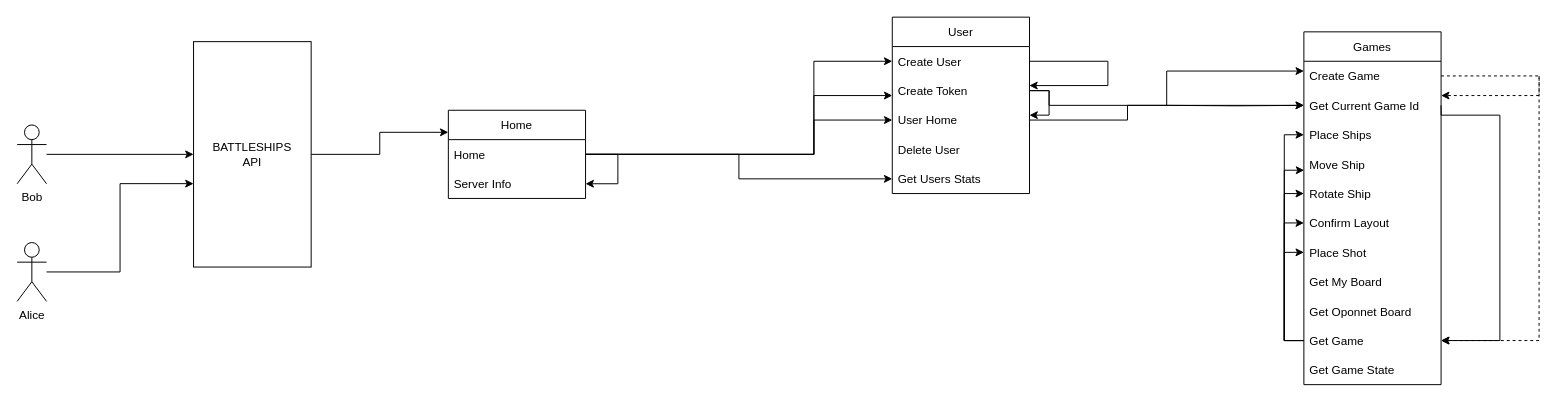
The draw.io diagram code/jvm/daw-battleship-game/src/main/sql/api_navigation.drawio in MiguelRocha2001/ISEL-DAW-Battleships-Game, before the edit. Source tidied: cells renumbered, new cells numbered last; positions are measured from the earlier drawing's top-left corner, leaving out a move shared by most shapes. Both pictures are drawn from the tidied source at 98%, with x=0, y=0 at pixel (17, 17).
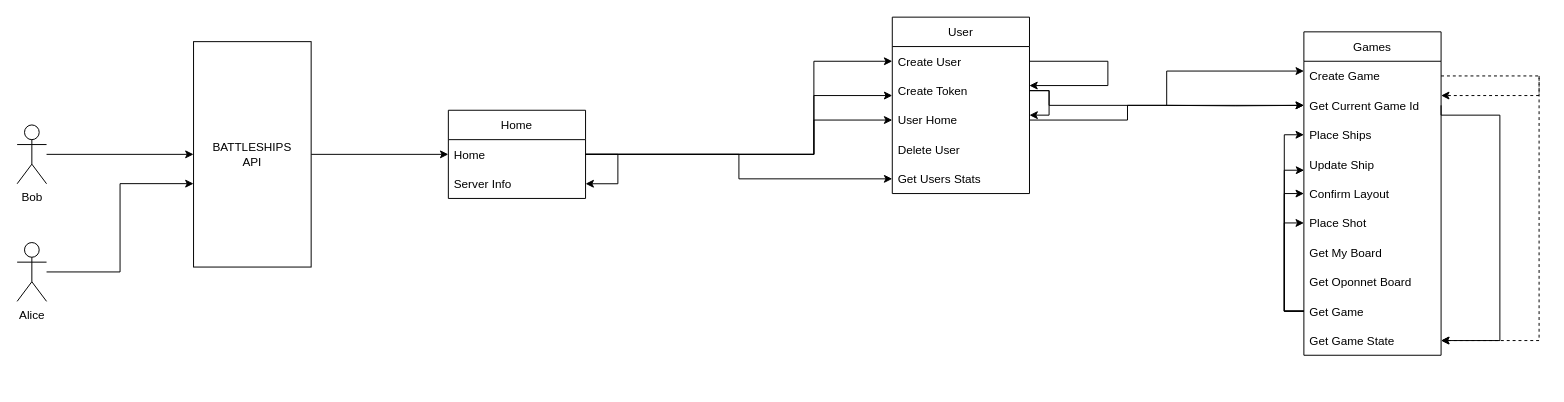
The same diagram, later.

The change refers to these unchanged cells:
```xml
<mxCell id="5" value="BATTLESHIPS &lt;br&gt;API" style="rounded=0;whiteSpace=wrap;html=1;" parent="1" vertex="1">
  <mxGeometry x="180" y="25" width="120" height="230" as="geometry" />
</mxCell>
<mxCell id="6" value="Home" style="swimlane;fontStyle=0;horizontal=1;startSize=30;" parent="1" vertex="1">
  <mxGeometry x="440" y="95" width="140" height="90" as="geometry" />
</mxCell>
<mxCell id="23" value="Get Current Game Id" style="text;strokeColor=none;fillColor=none;align=left;verticalAlign=middle;spacingLeft=4;spacingRight=4;overflow=hidden;points=[[0,0.5],[1,0.5]];portConstraint=eastwest;" parent="18" vertex="1">
  <mxGeometry y="60" width="140" height="30" as="geometry" />
</mxCell>
```

The edit, as a diff of the source:
```diff
@@
-    <mxCell id="4" style="edgeStyle=orthogonalEdgeStyle;rounded=0;jettySize=auto;html=1;entryX=0;entryY=0.25;entryDx=0;entryDy=0;" parent="1" edge="1" source="5" target="6">
+    <mxCell id="4" style="edgeStyle=orthogonalEdgeStyle;rounded=0;jettySize=auto;html=1;" parent="1" edge="1" source="5" target="6">
       <mxGeometry relative="1" as="geometry" />
     </mxCell>
@@
     <mxCell id="18" value="Games" style="swimlane;fontStyle=0;horizontal=1;startSize=30;" parent="1" vertex="1">
-      <mxGeometry x="1313" y="15" width="140" height="360" as="geometry" />
+      <mxGeometry x="1313" y="15" width="140" height="330" as="geometry" />
     </mxCell>
@@
-    <mxCell id="20" style="edgeStyle=orthogonalEdgeStyle;rounded=0;jettySize=auto;html=1;entryX=1;entryY=0.5;entryDx=0;entryDy=0;dashed=1;" parent="18" edge="1" target="36">
+    <mxCell id="20" style="edgeStyle=orthogonalEdgeStyle;rounded=0;jettySize=auto;html=1;entryX=1;entryY=0.5;entryDx=0;entryDy=0;dashed=1;" parent="18" edge="1" target="37">
       <mxGeometry relative="1" as="geometry">
         <mxPoint x="240" y="45" as="sourcePoint" />
         <Array as="points">
           <mxPoint x="240" y="315" />
         </Array>
       </mxGeometry>
     </mxCell>
@@
-    <mxCell id="22" style="edgeStyle=orthogonalEdgeStyle;rounded=0;jettySize=auto;html=1;exitX=1;exitY=0.5;exitDx=0;exitDy=0;" parent="18" edge="1" source="23" target="36">
+    <mxCell id="22" style="edgeStyle=orthogonalEdgeStyle;rounded=0;jettySize=auto;html=1;exitX=1;exitY=0.5;exitDx=0;exitDy=0;entryX=1;entryY=0.5;entryDx=0;entryDy=0;" parent="18" edge="1" source="23" target="37">
       <mxGeometry relative="1" as="geometry">
         <Array as="points">
           <mxPoint x="140" y="85" />
           <mxPoint x="200" y="85" />
           <mxPoint x="200" y="315" />
         </Array>
       </mxGeometry>
     </mxCell>
@@
-    <mxCell id="25" value="Move Ship" style="text;strokeColor=none;fillColor=none;align=left;verticalAlign=middle;spacingLeft=4;spacingRight=4;overflow=hidden;points=[[0,0.5],[1,0.5]];portConstraint=eastwest;" parent="18" vertex="1">
+    <mxCell id="25" value="Update Ship" style="text;strokeColor=none;fillColor=none;align=left;verticalAlign=middle;spacingLeft=4;spacingRight=4;overflow=hidden;points=[[0,0.5],[1,0.5]];portConstraint=eastwest;" parent="18" vertex="1">
       <mxGeometry y="120" width="140" height="30" as="geometry" />
     </mxCell>
-    <mxCell id="26" value="Rotate Ship" style="text;strokeColor=none;fillColor=none;align=left;verticalAlign=middle;spacingLeft=4;spacingRight=4;overflow=hidden;points=[[0,0.5],[1,0.5]];portConstraint=eastwest;" parent="18" vertex="1">
-      <mxGeometry y="150" width="140" height="30" as="geometry" />
-    </mxCell>
     <mxCell id="27" value="Confirm Layout" style="text;strokeColor=none;fillColor=none;align=left;verticalAlign=middle;spacingLeft=4;spacingRight=4;overflow=hidden;points=[[0,0.5],[1,0.5]];portConstraint=eastwest;" parent="18" vertex="1">
-      <mxGeometry y="180" width="140" height="30" as="geometry" />
+      <mxGeometry y="150" width="140" height="30" as="geometry" />
     </mxCell>
     <mxCell id="28" value="Place Shot" style="text;strokeColor=none;fillColor=none;align=left;verticalAlign=middle;spacingLeft=4;spacingRight=4;overflow=hidden;points=[[0,0.5],[1,0.5]];portConstraint=eastwest;" parent="18" vertex="1">
-      <mxGeometry y="210" width="140" height="30" as="geometry" />
+      <mxGeometry y="180" width="140" height="30" as="geometry" />
     </mxCell>
     <mxCell id="29" value="Get My Board" style="text;strokeColor=none;fillColor=none;align=left;verticalAlign=middle;spacingLeft=4;spacingRight=4;overflow=hidden;" parent="18" vertex="1">
-      <mxGeometry y="240" width="140" height="30" as="geometry" />
+      <mxGeometry y="210" width="140" height="30" as="geometry" />
     </mxCell>
     <mxCell id="30" value="Get Oponnet Board" style="text;strokeColor=none;fillColor=none;align=left;verticalAlign=middle;spacingLeft=4;spacingRight=4;overflow=hidden;" parent="18" vertex="1">
-      <mxGeometry y="270" width="140" height="30" as="geometry" />
+      <mxGeometry y="240" width="140" height="30" as="geometry" />
     </mxCell>
@@
-    <mxCell id="33" style="edgeStyle=orthogonalEdgeStyle;rounded=0;jettySize=auto;html=1;entryX=0;entryY=0.5;entryDx=0;entryDy=0;" parent="18" edge="1" source="36" target="26">
-      <mxGeometry relative="1" as="geometry" />
-    </mxCell>
@@
     <mxCell id="36" value="Get Game" style="text;strokeColor=none;fillColor=none;align=left;verticalAlign=middle;spacingLeft=4;spacingRight=4;overflow=hidden;points=[[0,0.5],[1,0.5]];portConstraint=eastwest;" parent="18" vertex="1">
-      <mxGeometry y="300" width="140" height="30" as="geometry" />
+      <mxGeometry y="270" width="140" height="30" as="geometry" />
     </mxCell>
     <mxCell id="37" value="Get Game State" style="text;strokeColor=none;fillColor=none;align=left;verticalAlign=middle;spacingLeft=4;spacingRight=4;overflow=hidden;points=[[0,0.5],[1,0.5]];portConstraint=eastwest;" parent="18" vertex="1">
-      <mxGeometry y="330" width="140" height="30" as="geometry" />
+      <mxGeometry y="300" width="140" height="30" as="geometry" />
     </mxCell>
```
